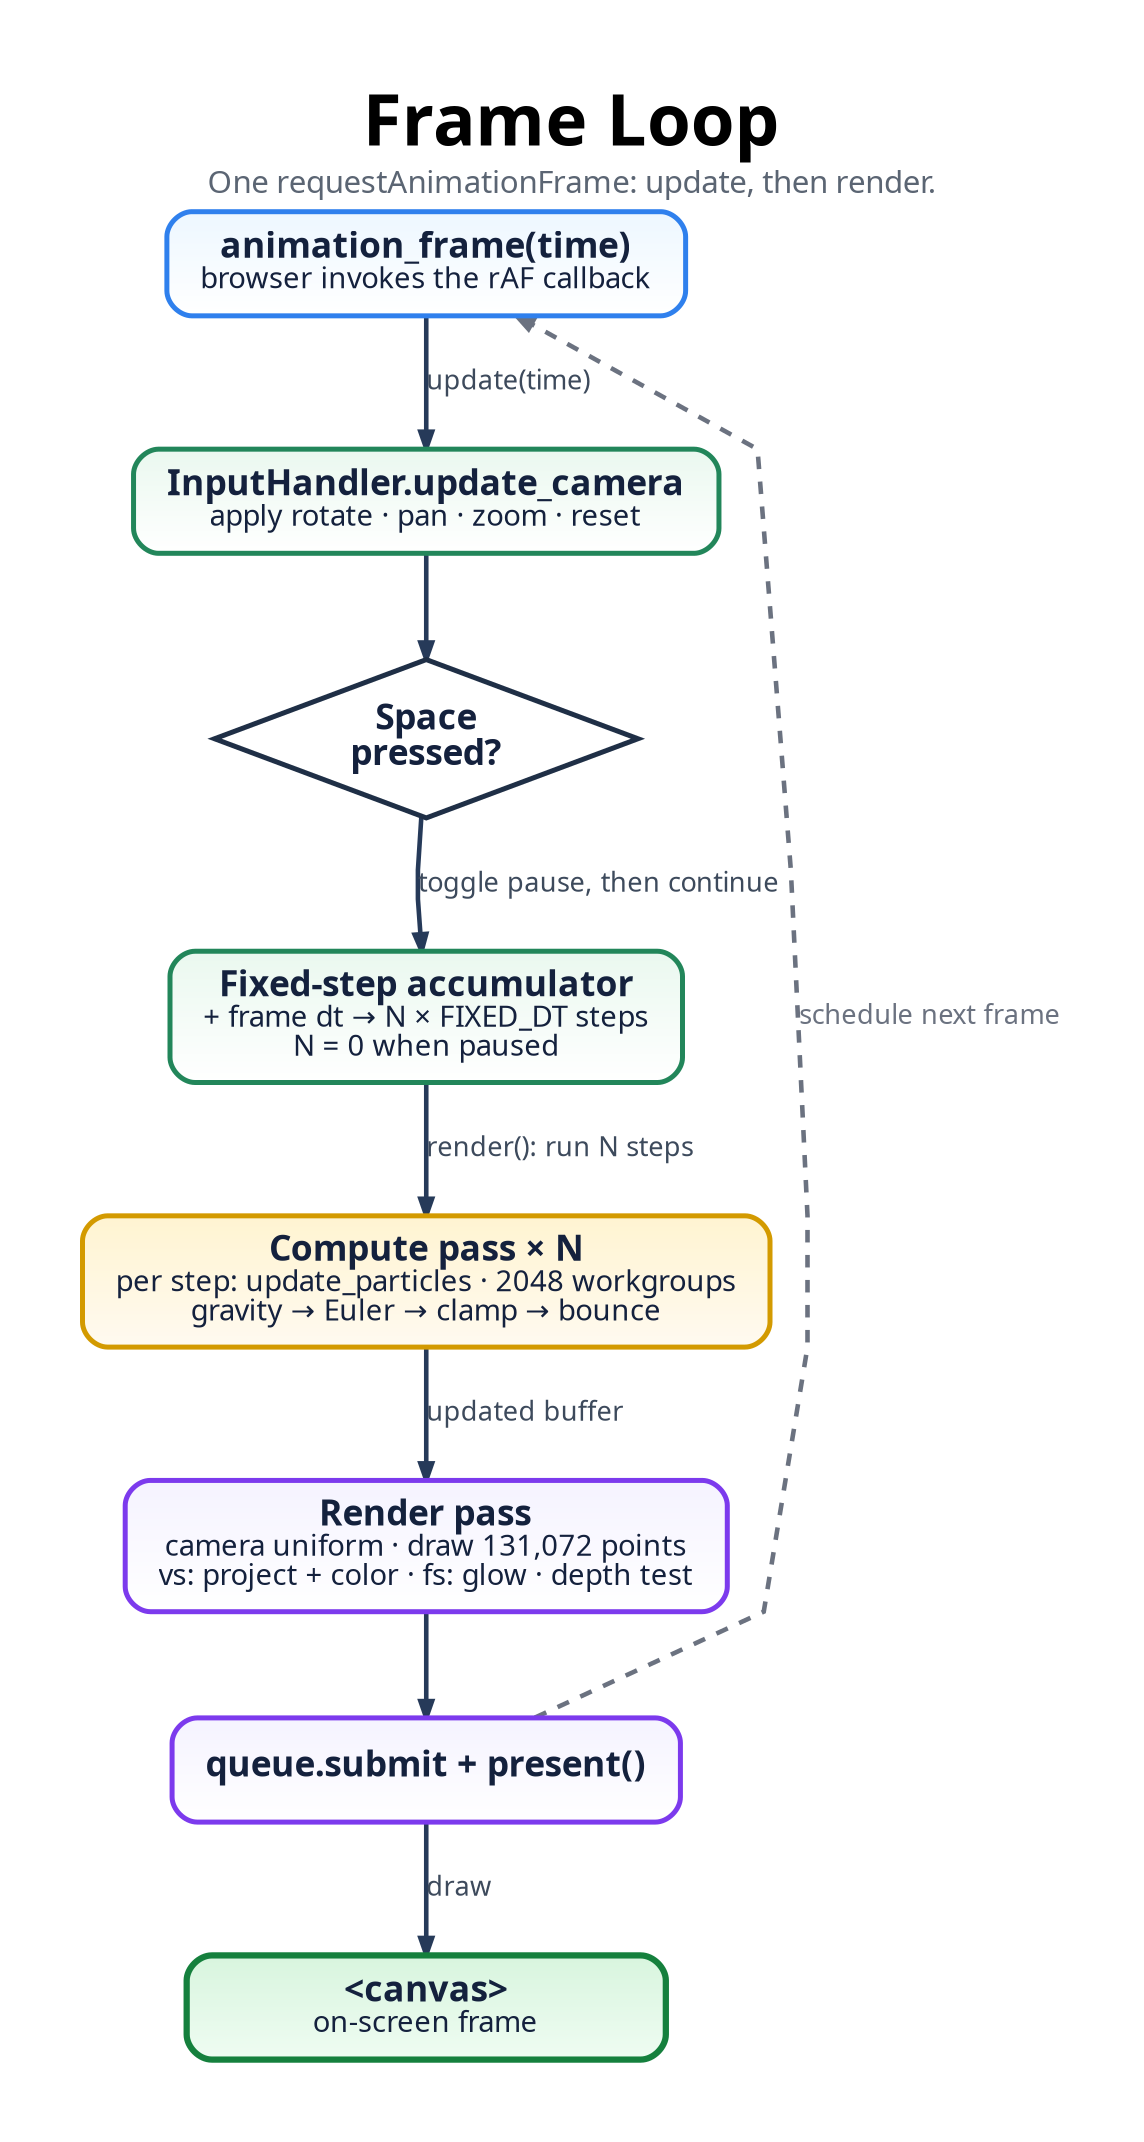
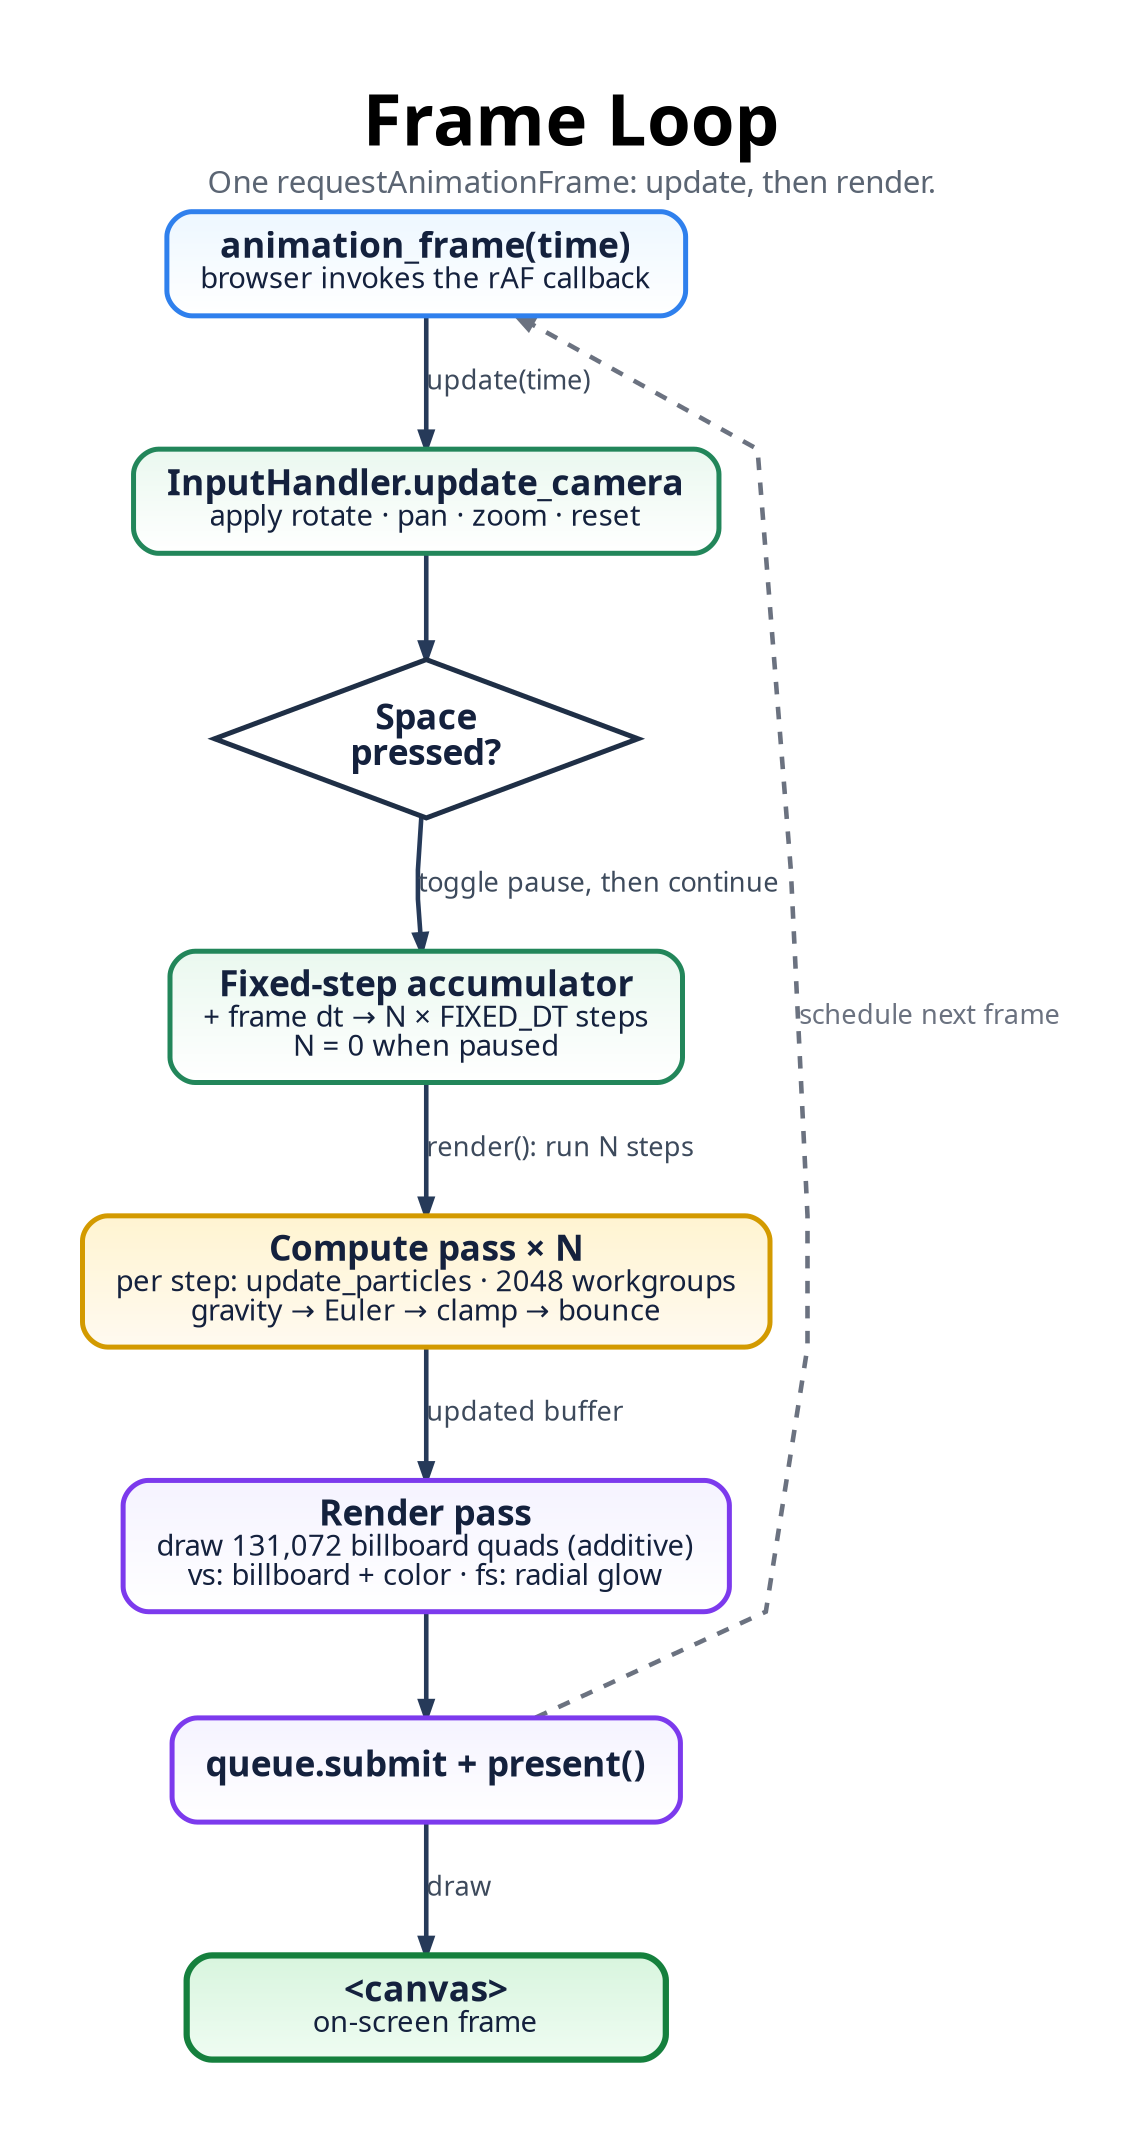
digraph FrameLoop {
  graph [
    rankdir=TB,
    bgcolor="#ffffff",
    pad="0.55",
    nodesep="0.5",
    ranksep="0.7",
    splines=polyline,
    outputorder=edgesfirst,
    newrank=true,
    forcelabels=true,
    fontname="Avenir",
    label=<
      <TABLE BORDER="0" CELLBORDER="0" CELLSPACING="0" CELLPADDING="0">
        <TR><TD><FONT POINT-SIZE="34"><B>Frame Loop</B></FONT></TD></TR>
        <TR><TD><FONT POINT-SIZE="15" COLOR="#5b6573">One requestAnimationFrame: update, then render.</FONT></TD></TR>
      </TABLE>
    >,
    labelloc=t,
    labeljust=c
  ];

  node [
    shape=box,
    style="rounded,filled",
    margin="0.22,0.13",
    width=3.2,
    height=0.7,
    fontname="Avenir",
    fontsize=17,
    penwidth=2.4,
    fontcolor="#14213d",
    color="#2264c7",
    fillcolor="#eaf3ff:#ffffff",
    gradientangle=270
  ];

  edge [
    color="#263a59",
    fontname="Avenir",
    fontsize=13,
    fontcolor="#3d4a5c",
    penwidth=2.2,
    arrowsize=0.8
  ];

  START [label=<<B>animation_frame(time)</B><BR/><FONT POINT-SIZE="14">browser invokes the rAF callback</FONT>>, fillcolor="#edf7ff:#ffffff", color="#2f80ed"];

  // update phase (green)
  U1 [label=<<B>InputHandler.update_camera</B><BR/><FONT POINT-SIZE="14">apply rotate · pan · zoom · reset</FONT>>, fillcolor="#eaf8ef:#ffffff", color="#22865a"];
  U2 [shape=diamond, style=filled, fillcolor="#ffffff", color="#1f2f46", penwidth=2.4, width=2.4, height=1.05, label=<<B>Space<BR/>pressed?</B>>];
  U3 [label=<<B>Fixed-step accumulator</B><BR/><FONT POINT-SIZE="14">+ frame dt → N × FIXED_DT steps<BR/>N = 0 when paused</FONT>>, fillcolor="#eaf8ef:#ffffff", color="#22865a"];

  // render phase
  CP [label=<<B>Compute pass × N</B><BR/><FONT POINT-SIZE="14">per step: update_particles · 2048 workgroups<BR/>gravity → Euler → clamp → bounce</FONT>>, fillcolor="#fff4d1:#fffaf0", color="#d39a00"];
-   RP [label=<<B>Render pass</B><BR/><FONT POINT-SIZE="14">camera uniform · draw 131,072 points<BR/>vs: project + color · fs: glow · depth test</FONT>>, fillcolor="#f5f3ff:#ffffff", color="#7c3aed"];
+   RP [label=<<B>Render pass</B><BR/><FONT POINT-SIZE="14">draw 131,072 billboard quads (additive)<BR/>vs: billboard + color · fs: radial glow</FONT>>, fillcolor="#f5f3ff:#ffffff", color="#7c3aed"];
  PRES [label=<<B>queue.submit + present()</B>>, fillcolor="#f5f3ff:#ffffff", color="#7c3aed"];

  CANVAS [label=<<B>&lt;canvas&gt;</B><BR/><FONT POINT-SIZE="14">on-screen frame</FONT>>, fillcolor="#d8f5de:#effcf2", color="#15803d", penwidth=3.0];

  START -> U1 [label="update(time)"];
  U1 -> U2;
  U2 -> U3 [label="toggle pause, then continue"];
  U3 -> CP [label="render(): run N steps"];
  CP -> RP [label="updated buffer"];
  RP -> PRES;
  PRES -> CANVAS [label="draw"];

  PRES -> START [label="schedule next frame", color="#6b7280", fontcolor="#6b7280", style=dashed, constraint=false];
}
